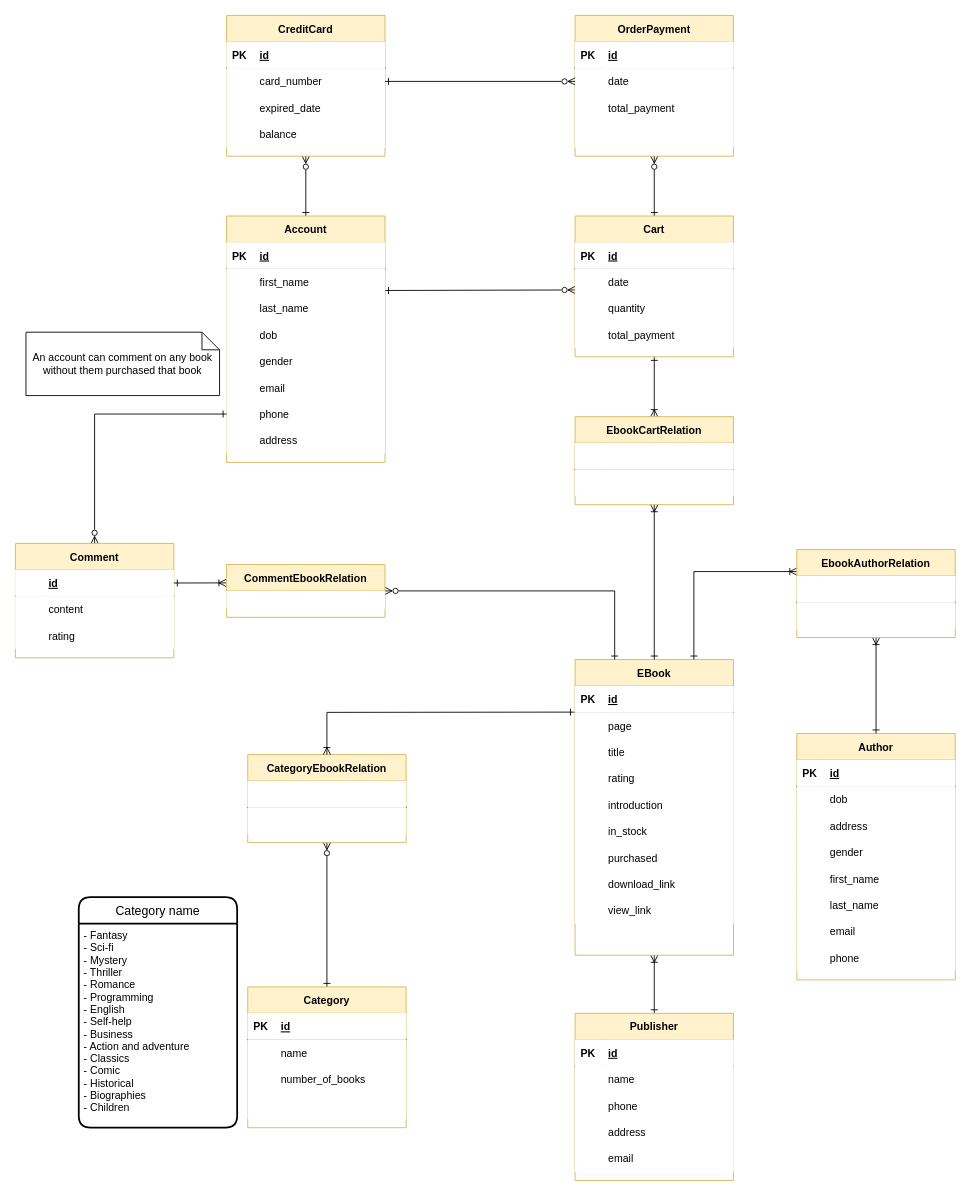
The draw.io diagram SourceCode/Postgres/Query/ERD/Drawio/SellingBookOnline.drawio in TongVu/Axon, before the edit. Source tidied: cells renumbered, new cells numbered last; positions are measured from the earlier drawing's top-left corner, leaving out a move shared by most shapes. Both pictures are drawn from the tidied source at 88%, with x=0, y=0 at pixel (15, 15).
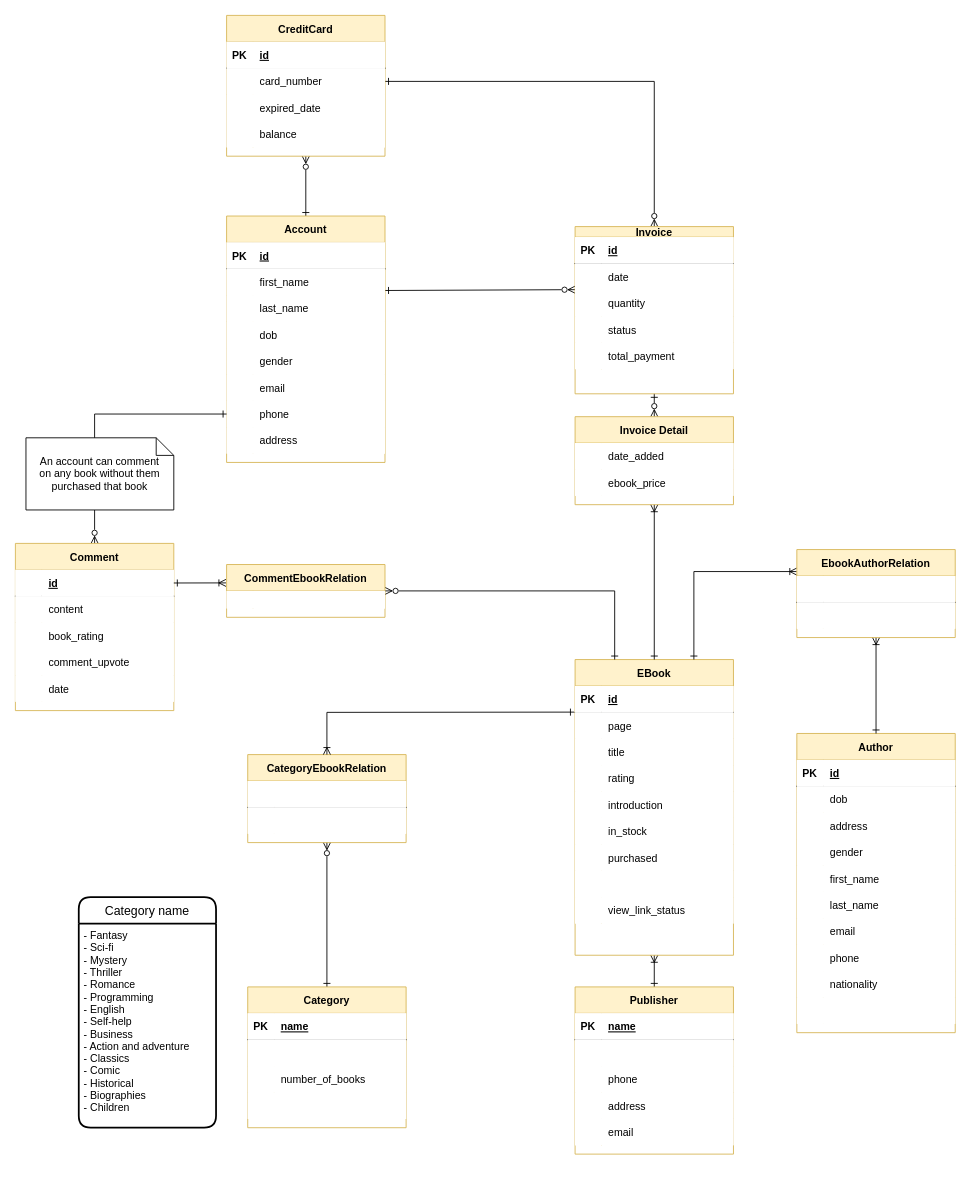
The same page after the edit.

Unchanged cells that the change refers to:
```xml
<mxCell id="25" style="shape=tableRow;horizontal=0;startSize=0;swimlaneHead=0;swimlaneBody=0;top=0;left=0;right=0;bottom=0;" parent="3" vertex="1">
  <mxGeometry y="240" width="180" height="30" as="geometry" />
</mxCell>
<mxCell id="28" style="shape=tableRow;horizontal=0;startSize=0;swimlaneHead=0;swimlaneBody=0;top=0;left=0;right=0;bottom=0;" parent="3" vertex="1">
  <mxGeometry y="270" width="180" height="30" as="geometry" />
</mxCell>
<mxCell id="37" style="shape=tableRow;horizontal=0;startSize=0;swimlaneHead=0;swimlaneBody=0;points=[[0,0.5],[1,0.5]];portConstraint=eastwest;top=0;left=0;right=0;bottom=0;" parent="33" vertex="1">
  <mxGeometry y="60" width="180" height="30" as="geometry" />
</mxCell>
<mxCell id="99" style="shape=tableRow;horizontal=0;startSize=0;swimlaneHead=0;swimlaneBody=0;top=0;left=0;right=0;bottom=1;" parent="98" vertex="1">
  <mxGeometry y="30" width="180" height="30" as="geometry" />
</mxCell>
<mxCell id="102" style="shape=tableRow;horizontal=0;startSize=0;swimlaneHead=0;swimlaneBody=0;top=0;left=0;right=0;bottom=0;" parent="98" vertex="1">
  <mxGeometry y="60" width="180" height="30" as="geometry" />
</mxCell>
<mxCell id="116" style="shape=tableRow;horizontal=0;startSize=0;swimlaneHead=0;swimlaneBody=0;top=0;left=0;right=0;bottom=1;" parent="115" vertex="1">
  <mxGeometry y="30" width="180" height="30" as="geometry" />
</mxCell>
<mxCell id="119" style="shape=tableRow;horizontal=0;startSize=0;swimlaneHead=0;swimlaneBody=0;top=0;left=0;right=0;bottom=0;" parent="115" vertex="1">
  <mxGeometry y="60" width="180" height="30" as="geometry" />
</mxCell>
<mxCell id="145" style="shape=tableRow;horizontal=0;startSize=0;swimlaneHead=0;swimlaneBody=0;points=[[0,0.5],[1,0.5]];portConstraint=eastwest;top=0;left=0;right=0;bottom=0;" parent="141" vertex="1">
  <mxGeometry y="60" width="180" height="30" as="geometry" />
</mxCell>
<mxCell id="195" style="shape=tableRow;horizontal=0;startSize=0;swimlaneHead=0;swimlaneBody=0;top=0;left=0;right=0;bottom=0;" parent="188" vertex="1">
  <mxGeometry y="90" width="180" height="30" as="geometry" />
</mxCell>
```

Diff of the diagram source:
```diff
@@
-    <mxCell id="27" value="download_link" style="shape=partialRectangle;top=0;left=0;bottom=0;right=0;align=left;spacingLeft=6;overflow=hidden;" parent="25" vertex="1">
+    <mxCell id="27" style="shape=partialRectangle;top=0;left=0;bottom=0;right=0;align=left;spacingLeft=6;overflow=hidden;" parent="25" vertex="1">
       <mxGeometry x="30" width="150" height="30" as="geometry" />
     </mxCell>
@@
-    <mxCell id="30" value="view_link" style="shape=partialRectangle;top=0;left=0;bottom=0;right=0;align=left;spacingLeft=6;overflow=hidden;" parent="28" vertex="1">
+    <mxCell id="30" value="view_link_status" style="shape=partialRectangle;top=0;left=0;bottom=0;right=0;align=left;spacingLeft=6;overflow=hidden;" parent="28" vertex="1">
       <mxGeometry x="30" width="150" height="30" as="geometry" />
     </mxCell>
-    <mxCell id="31" style="edgeStyle=none;rounded=0;jettySize=auto;html=1;exitX=1;exitY=0.82;exitDx=0;exitDy=0;entryX=0;entryY=0.8;entryDx=0;entryDy=0;entryPerimeter=0;startArrow=ERone;startFill=0;endArrow=ERzeroToMany;endFill=0;exitPerimeter=0;" parent="1" edge="1" source="37" target="89">
+    <mxCell id="31" style="edgeStyle=none;rounded=0;jettySize=auto;html=1;exitX=1;exitY=0.82;exitDx=0;exitDy=0;entryX=0;entryY=-0.011;entryDx=0;entryDy=0;entryPerimeter=0;startArrow=ERone;startFill=0;endArrow=ERzeroToMany;endFill=0;exitPerimeter=0;" parent="1" edge="1" source="37" target="92">
       <mxGeometry relative="1" as="geometry" />
     </mxCell>
@@
     <mxCell id="58" value="Author" style="shape=table;startSize=30;childLayout=tableLayout;rowLines=0;fontStyle=1;align=center;fillColor=#fff2cc;strokeColor=#d6b656;" parent="1" vertex="1">
-      <mxGeometry x="888" y="816" width="180" height="280" as="geometry" />
+      <mxGeometry x="888" y="816" width="180" height="340" as="geometry" />
     </mxCell>
@@
+    <mxCell id="200" style="shape=tableRow;horizontal=0;startSize=0;swimlaneHead=0;swimlaneBody=0;top=0;left=0;right=0;bottom=0;" parent="58" vertex="1">
+      <mxGeometry y="270" width="180" height="30" as="geometry" />
+    </mxCell>
+    <mxCell id="201" style="shape=partialRectangle;top=0;left=0;bottom=0;right=0;overflow=hidden;" parent="200" vertex="1">
+      <mxGeometry width="30" height="30" as="geometry" />
+    </mxCell>
+    <mxCell id="202" value="nationality" style="shape=partialRectangle;top=0;left=0;bottom=0;right=0;align=left;spacingLeft=6;overflow=hidden;" parent="200" vertex="1">
+      <mxGeometry x="30" width="150" height="30" as="geometry" />
+    </mxCell>
+    <mxCell id="203" style="shape=tableRow;horizontal=0;startSize=0;swimlaneHead=0;swimlaneBody=0;top=0;left=0;right=0;bottom=0;" parent="58" vertex="1">
+      <mxGeometry y="300" width="180" height="30" as="geometry" />
+    </mxCell>
+    <mxCell id="204" style="shape=partialRectangle;top=0;left=0;bottom=0;right=0;overflow=hidden;" parent="203" vertex="1">
+      <mxGeometry width="30" height="30" as="geometry" />
+    </mxCell>
+    <mxCell id="140" style="shape=partialRectangle;top=0;left=0;bottom=0;right=0;align=left;spacingLeft=6;overflow=hidden;" parent="203" vertex="1">
+      <mxGeometry x="30" width="150" height="30" as="geometry" />
+    </mxCell>
-    <mxCell id="83" style="edgeStyle=none;rounded=0;jettySize=auto;html=1;exitX=0.5;exitY=0;exitDx=0;exitDy=0;entryX=0.5;entryY=1;entryDx=0;entryDy=0;startArrow=ERone;startFill=0;endArrow=ERzeroToMany;endFill=0;" parent="1" edge="1" source="85" target="128">
-      <mxGeometry relative="1" as="geometry" />
+    <mxCell id="83" style="edgeStyle=none;rounded=0;jettySize=auto;html=1;exitX=0.5;exitY=0;exitDx=0;exitDy=0;entryX=1;entryY=0.5;entryDx=0;entryDy=0;startArrow=ERzeroToMany;startFill=0;endArrow=ERone;endFill=0;" parent="1" edge="1" source="85" target="145">
+      <mxGeometry relative="1" as="geometry">
+        <Array as="points">
+          <mxPoint x="726" y="75" />
+        </Array>
+      </mxGeometry>
     </mxCell>
-    <mxCell id="84" style="edgeStyle=none;rounded=0;jettySize=auto;html=1;exitX=0.5;exitY=1;exitDx=0;exitDy=0;entryX=0.5;entryY=0;entryDx=0;entryDy=0;startArrow=ERone;startFill=0;endArrow=ERoneToMany;endFill=0;" parent="1" edge="1" source="85" target="173">
+    <mxCell id="84" style="edgeStyle=none;rounded=0;jettySize=auto;html=1;exitX=0.5;exitY=1;exitDx=0;exitDy=0;entryX=0.5;entryY=0;entryDx=0;entryDy=0;startArrow=ERone;startFill=0;endArrow=ERzeroToMany;endFill=0;" parent="1" edge="1" source="85" target="173">
       <mxGeometry relative="1" as="geometry" />
     </mxCell>
-    <mxCell id="85" value="Cart" style="shape=table;startSize=30;childLayout=tableLayout;rowLines=0;fontStyle=1;align=center;fillColor=#fff2cc;strokeColor=#d6b656;" parent="1" vertex="1">
-      <mxGeometry x="636" y="228" width="180" height="160" as="geometry" />
+    <mxCell id="85" value="Invoice" style="shape=table;startSize=12;childLayout=tableLayout;rowLines=0;fontStyle=1;align=center;fillColor=#fff2cc;strokeColor=#d6b656;" parent="1" vertex="1">
+      <mxGeometry x="636" y="240" width="180" height="190" as="geometry" />
     </mxCell>
     <mxCell id="86" style="shape=tableRow;horizontal=0;startSize=0;swimlaneHead=0;swimlaneBody=0;top=0;left=0;right=0;bottom=1;" parent="85" vertex="1">
-      <mxGeometry y="30" width="180" height="30" as="geometry" />
+      <mxGeometry y="12" width="180" height="30" as="geometry" />
     </mxCell>
@@
     <mxCell id="89" style="shape=tableRow;horizontal=0;startSize=0;swimlaneHead=0;swimlaneBody=0;points=[[0,0.5],[1,0.5]];portConstraint=eastwest;top=0;left=0;right=0;bottom=0;" parent="85" vertex="1">
-      <mxGeometry y="60" width="180" height="30" as="geometry" />
+      <mxGeometry y="42" width="180" height="30" as="geometry" />
     </mxCell>
@@
     <mxCell id="92" style="shape=tableRow;horizontal=0;startSize=0;swimlaneHead=0;swimlaneBody=0;points=[[0,0.5],[1,0.5]];portConstraint=eastwest;top=0;left=0;right=0;bottom=0;" parent="85" vertex="1">
-      <mxGeometry y="90" width="180" height="30" as="geometry" />
+      <mxGeometry y="72" width="180" height="30" as="geometry" />
     </mxCell>
@@
+    <mxCell id="205" style="shape=tableRow;horizontal=0;startSize=0;swimlaneHead=0;swimlaneBody=0;top=0;left=0;right=0;bottom=0;" parent="85" vertex="1">
+      <mxGeometry y="102" width="180" height="30" as="geometry" />
+    </mxCell>
+    <mxCell id="206" style="shape=partialRectangle;top=0;left=0;bottom=0;right=0;overflow=hidden;" parent="205" vertex="1">
+      <mxGeometry width="30" height="30" as="geometry" />
+    </mxCell>
+    <mxCell id="207" value="status" style="shape=partialRectangle;top=0;left=0;bottom=0;right=0;align=left;spacingLeft=6;overflow=hidden;" parent="205" vertex="1">
+      <mxGeometry x="30" width="150" height="30" as="geometry" />
+    </mxCell>
     <mxCell id="95" style="shape=tableRow;horizontal=0;startSize=0;swimlaneHead=0;swimlaneBody=0;top=0;left=0;right=0;bottom=0;" parent="85" vertex="1">
-      <mxGeometry y="120" width="180" height="30" as="geometry" />
+      <mxGeometry y="132" width="180" height="30" as="geometry" />
     </mxCell>
@@
     <mxCell id="98" value="Publisher" style="shape=table;startSize=30;childLayout=tableLayout;rowLines=0;fontStyle=1;align=center;fillColor=#fff2cc;strokeColor=#d6b656;" parent="1" vertex="1">
-      <mxGeometry x="636" y="1134" width="180" height="190" as="geometry" />
+      <mxGeometry x="636" y="1104" width="180" height="190" as="geometry" />
     </mxCell>
@@
-    <mxCell id="101" value="id" style="shape=partialRectangle;top=0;left=0;bottom=0;right=0;align=left;spacingLeft=6;fontStyle=5;overflow=hidden;" parent="99" vertex="1">
+    <mxCell id="101" value="name" style="shape=partialRectangle;top=0;left=0;bottom=0;right=0;align=left;spacingLeft=6;fontStyle=5;overflow=hidden;" parent="99" vertex="1">
       <mxGeometry x="30" width="150" height="30" as="geometry" />
     </mxCell>
@@
-    <mxCell id="104" value="name" style="shape=partialRectangle;top=0;left=0;bottom=0;right=0;align=left;spacingLeft=6;overflow=hidden;" parent="102" vertex="1">
+    <mxCell id="104" style="shape=partialRectangle;top=0;left=0;bottom=0;right=0;align=left;spacingLeft=6;overflow=hidden;" parent="102" vertex="1">
       <mxGeometry x="30" width="150" height="30" as="geometry" />
     </mxCell>
@@
-    <mxCell id="118" value="id" style="shape=partialRectangle;top=0;left=0;bottom=0;right=0;align=left;spacingLeft=6;fontStyle=5;overflow=hidden;" parent="116" vertex="1">
+    <mxCell id="118" value="name" style="shape=partialRectangle;top=0;left=0;bottom=0;right=0;align=left;spacingLeft=6;fontStyle=5;overflow=hidden;" parent="116" vertex="1">
       <mxGeometry x="30" width="150" height="30" as="geometry" />
     </mxCell>
@@
-    <mxCell id="121" value="name" style="shape=partialRectangle;top=0;left=0;bottom=0;right=0;align=left;spacingLeft=6;overflow=hidden;" parent="119" vertex="1">
+    <mxCell id="121" style="shape=partialRectangle;top=0;left=0;bottom=0;right=0;align=left;spacingLeft=6;overflow=hidden;" parent="119" vertex="1">
       <mxGeometry x="30" width="150" height="30" as="geometry" />
     </mxCell>
@@
-    <mxCell id="128" value="OrderPayment" style="shape=table;startSize=30;childLayout=tableLayout;rowLines=0;fontStyle=1;align=center;fillColor=#fff2cc;strokeColor=#d6b656;" parent="1" vertex="1">
-      <mxGeometry x="636" width="180" height="160" as="geometry" />
-    </mxCell>
-    <mxCell id="129" style="shape=tableRow;horizontal=0;startSize=0;swimlaneHead=0;swimlaneBody=0;top=0;left=0;right=0;bottom=1;" parent="128" vertex="1">
-      <mxGeometry y="30" width="180" height="30" as="geometry" />
-    </mxCell>
-    <mxCell id="130" value="PK" style="shape=partialRectangle;top=0;left=0;bottom=0;right=0;fontStyle=1;overflow=hidden;" parent="129" vertex="1">
-      <mxGeometry width="30" height="30" as="geometry" />
-    </mxCell>
-    <mxCell id="131" value="id" style="shape=partialRectangle;top=0;left=0;bottom=0;right=0;align=left;spacingLeft=6;fontStyle=5;overflow=hidden;" parent="129" vertex="1">
-      <mxGeometry x="30" width="150" height="30" as="geometry" />
-    </mxCell>
-    <mxCell id="132" style="shape=tableRow;horizontal=0;startSize=0;swimlaneHead=0;swimlaneBody=0;points=[[0,0.5],[1,0.5]];portConstraint=eastwest;top=0;left=0;right=0;bottom=0;" parent="128" vertex="1">
-      <mxGeometry y="60" width="180" height="30" as="geometry" />
-    </mxCell>
-    <mxCell id="133" style="shape=partialRectangle;top=0;left=0;bottom=0;right=0;overflow=hidden;" parent="132" vertex="1">
-      <mxGeometry width="30" height="30" as="geometry" />
-    </mxCell>
-    <mxCell id="134" value="date" style="shape=partialRectangle;top=0;left=0;bottom=0;right=0;align=left;spacingLeft=6;overflow=hidden;" parent="132" vertex="1">
-      <mxGeometry x="30" width="150" height="30" as="geometry" />
-    </mxCell>
-    <mxCell id="135" style="shape=tableRow;horizontal=0;startSize=0;swimlaneHead=0;swimlaneBody=0;top=0;left=0;right=0;bottom=0;" parent="128" vertex="1">
-      <mxGeometry y="90" width="180" height="30" as="geometry" />
-    </mxCell>
-    <mxCell id="136" style="shape=partialRectangle;top=0;left=0;bottom=0;right=0;overflow=hidden;" parent="135" vertex="1">
-      <mxGeometry width="30" height="30" as="geometry" />
-    </mxCell>
-    <mxCell id="137" value="total_payment" style="shape=partialRectangle;top=0;left=0;bottom=0;right=0;align=left;spacingLeft=6;overflow=hidden;" parent="135" vertex="1">
-      <mxGeometry x="30" width="150" height="30" as="geometry" />
-    </mxCell>
-    <mxCell id="138" style="shape=tableRow;horizontal=0;startSize=0;swimlaneHead=0;swimlaneBody=0;top=0;left=0;right=0;bottom=0;" parent="128" vertex="1">
-      <mxGeometry y="120" width="180" height="30" as="geometry" />
-    </mxCell>
-    <mxCell id="139" style="shape=partialRectangle;top=0;left=0;bottom=0;right=0;overflow=hidden;" parent="138" vertex="1">
-      <mxGeometry width="30" height="30" as="geometry" />
-    </mxCell>
-    <mxCell id="140" style="shape=partialRectangle;top=0;left=0;bottom=0;right=0;align=left;spacingLeft=6;overflow=hidden;" parent="138" vertex="1">
-      <mxGeometry x="30" width="150" height="30" as="geometry" />
-    </mxCell>
@@
-    <mxCell id="154" style="edgeStyle=none;rounded=0;jettySize=auto;html=1;exitX=1;exitY=0.5;exitDx=0;exitDy=0;entryX=0;entryY=0.5;entryDx=0;entryDy=0;startArrow=ERone;startFill=0;endArrow=ERzeroToMany;endFill=0;" parent="1" edge="1" source="145" target="132">
-      <mxGeometry relative="1" as="geometry" />
-    </mxCell>
@@
-    <mxCell id="173" value="EbookCartRelation" style="shape=table;startSize=30;childLayout=tableLayout;rowLines=0;fontStyle=1;align=center;fillColor=#fff2cc;strokeColor=#d6b656;" parent="1" vertex="1">
+    <mxCell id="173" value="Invoice Detail" style="shape=table;startSize=30;childLayout=tableLayout;rowLines=0;fontStyle=1;align=center;fillColor=#fff2cc;strokeColor=#d6b656;" parent="1" vertex="1">
       <mxGeometry x="636" y="456" width="180" height="100" as="geometry" />
     </mxCell>
-    <mxCell id="174" style="shape=tableRow;horizontal=0;startSize=0;swimlaneHead=0;swimlaneBody=0;top=0;left=0;right=0;bottom=1;" parent="173" vertex="1">
-      <mxGeometry y="30" width="180" height="30" as="geometry" />
-    </mxCell>
-    <mxCell id="175" style="shape=partialRectangle;top=0;left=0;bottom=0;right=0;fontStyle=1;overflow=hidden;" parent="174" vertex="1">
-      <mxGeometry width="30" height="30" as="geometry" />
-    </mxCell>
-    <mxCell id="176" style="shape=partialRectangle;top=0;left=0;bottom=0;right=0;align=left;spacingLeft=6;fontStyle=5;overflow=hidden;" parent="174" vertex="1">
-      <mxGeometry x="30" width="150" height="30" as="geometry" />
-    </mxCell>
     <mxCell id="177" style="shape=tableRow;horizontal=0;startSize=0;swimlaneHead=0;swimlaneBody=0;top=0;left=0;right=0;bottom=0;" parent="173" vertex="1">
-      <mxGeometry y="60" width="180" height="30" as="geometry" />
+      <mxGeometry y="30" width="180" height="30" as="geometry" />
     </mxCell>
@@
-    <mxCell id="179" style="shape=partialRectangle;top=0;left=0;bottom=0;right=0;align=left;spacingLeft=6;overflow=hidden;" parent="177" vertex="1">
+    <mxCell id="179" value="date_added" style="shape=partialRectangle;top=0;left=0;bottom=0;right=0;align=left;spacingLeft=6;overflow=hidden;" parent="177" vertex="1">
       <mxGeometry x="30" width="150" height="30" as="geometry" />
     </mxCell>
+    <mxCell id="132" style="shape=tableRow;horizontal=0;startSize=0;swimlaneHead=0;swimlaneBody=0;points=[[0,0.5],[1,0.5]];portConstraint=eastwest;top=0;left=0;right=0;bottom=0;" parent="173" vertex="1">
+      <mxGeometry y="60" width="180" height="30" as="geometry" />
+    </mxCell>
+    <mxCell id="208" style="shape=partialRectangle;top=0;left=0;bottom=0;right=0;overflow=hidden;" parent="132" vertex="1">
+      <mxGeometry width="30" height="30" as="geometry" />
+    </mxCell>
+    <mxCell id="209" value="ebook_price" style="shape=partialRectangle;top=0;left=0;bottom=0;right=0;align=left;spacingLeft=6;overflow=hidden;" parent="132" vertex="1">
+      <mxGeometry x="30" width="150" height="30" as="geometry" />
+    </mxCell>
@@
     <mxCell id="185" value="Category name" style="swimlane;horizontal=1;startSize=30;rounded=1;fontSize=14;fontStyle=0;strokeWidth=2;shadow=0;dashed=0;align=center;" parent="1" vertex="1">
-      <mxGeometry x="72" y="1002" width="180" height="262" as="geometry" />
+      <mxGeometry x="72" y="1002" width="156" height="262" as="geometry" />
     </mxCell>
     <mxCell id="186" value="- Fantasy&#10;- Sci-fi&#10;- Mystery&#10;- Thriller&#10;- Romance&#10;- Programming&#10;- English&#10;- Self-help&#10;- Business&#10;- Action and adventure&#10;- Classics&#10;- Comic&#10;- Historical &#10;- Biographies&#10;- Children" style="align=left;strokeColor=none;fillColor=none;spacingLeft=4;fontSize=12;verticalAlign=top;" parent="185" vertex="1">
-      <mxGeometry y="30" width="180" height="232" as="geometry" />
+      <mxGeometry y="30" width="156" height="232" as="geometry" />
     </mxCell>
@@
     <mxCell id="188" value="Comment" style="shape=table;startSize=30;childLayout=tableLayout;rowLines=0;fontStyle=1;align=center;fillColor=#fff2cc;strokeColor=#d6b656;" parent="1" vertex="1">
-      <mxGeometry y="600" width="180" height="130" as="geometry" />
+      <mxGeometry y="600" width="180" height="190" as="geometry" />
     </mxCell>
@@
-    <mxCell id="197" value="rating" style="shape=partialRectangle;top=0;left=0;bottom=0;right=0;align=left;spacingLeft=6;overflow=hidden;" parent="195" vertex="1">
+    <mxCell id="197" value="book_rating" style="shape=partialRectangle;top=0;left=0;bottom=0;right=0;align=left;spacingLeft=6;overflow=hidden;" parent="195" vertex="1">
       <mxGeometry x="30" width="150" height="30" as="geometry" />
     </mxCell>
+    <mxCell id="138" style="shape=tableRow;horizontal=0;startSize=0;swimlaneHead=0;swimlaneBody=0;top=0;left=0;right=0;bottom=0;" parent="188" vertex="1">
+      <mxGeometry y="120" width="180" height="30" as="geometry" />
+    </mxCell>
+    <mxCell id="210" style="shape=partialRectangle;top=0;left=0;bottom=0;right=0;overflow=hidden;" parent="138" vertex="1">
+      <mxGeometry width="30" height="30" as="geometry" />
+    </mxCell>
+    <mxCell id="211" value="comment_upvote" style="shape=partialRectangle;top=0;left=0;bottom=0;right=0;align=left;spacingLeft=6;overflow=hidden;" parent="138" vertex="1">
+      <mxGeometry x="30" width="150" height="30" as="geometry" />
+    </mxCell>
+    <mxCell id="212" style="shape=tableRow;horizontal=0;startSize=0;swimlaneHead=0;swimlaneBody=0;top=0;left=0;right=0;bottom=0;" parent="188" vertex="1">
+      <mxGeometry y="150" width="180" height="30" as="geometry" />
+    </mxCell>
+    <mxCell id="213" style="shape=partialRectangle;top=0;left=0;bottom=0;right=0;overflow=hidden;" parent="212" vertex="1">
+      <mxGeometry width="30" height="30" as="geometry" />
+    </mxCell>
+    <mxCell id="134" value="date" style="shape=partialRectangle;top=0;left=0;bottom=0;right=0;align=left;spacingLeft=6;overflow=hidden;" parent="212" vertex="1">
+      <mxGeometry x="30" width="150" height="30" as="geometry" />
+    </mxCell>
@@
-    <mxCell id="199" value="An account can comment on any book without them purchased that book" style="shape=note;size=20;whiteSpace=wrap;html=1;" parent="1" vertex="1">
-      <mxGeometry x="12" y="360" width="220" height="72" as="geometry" />
+    <mxCell id="199" value="An account can comment &lt;br&gt;on any book without them purchased that book" style="shape=note;size=20;whiteSpace=wrap;html=1;" parent="1" vertex="1">
+      <mxGeometry x="12" y="480" width="168" height="82" as="geometry" />
     </mxCell>
```
